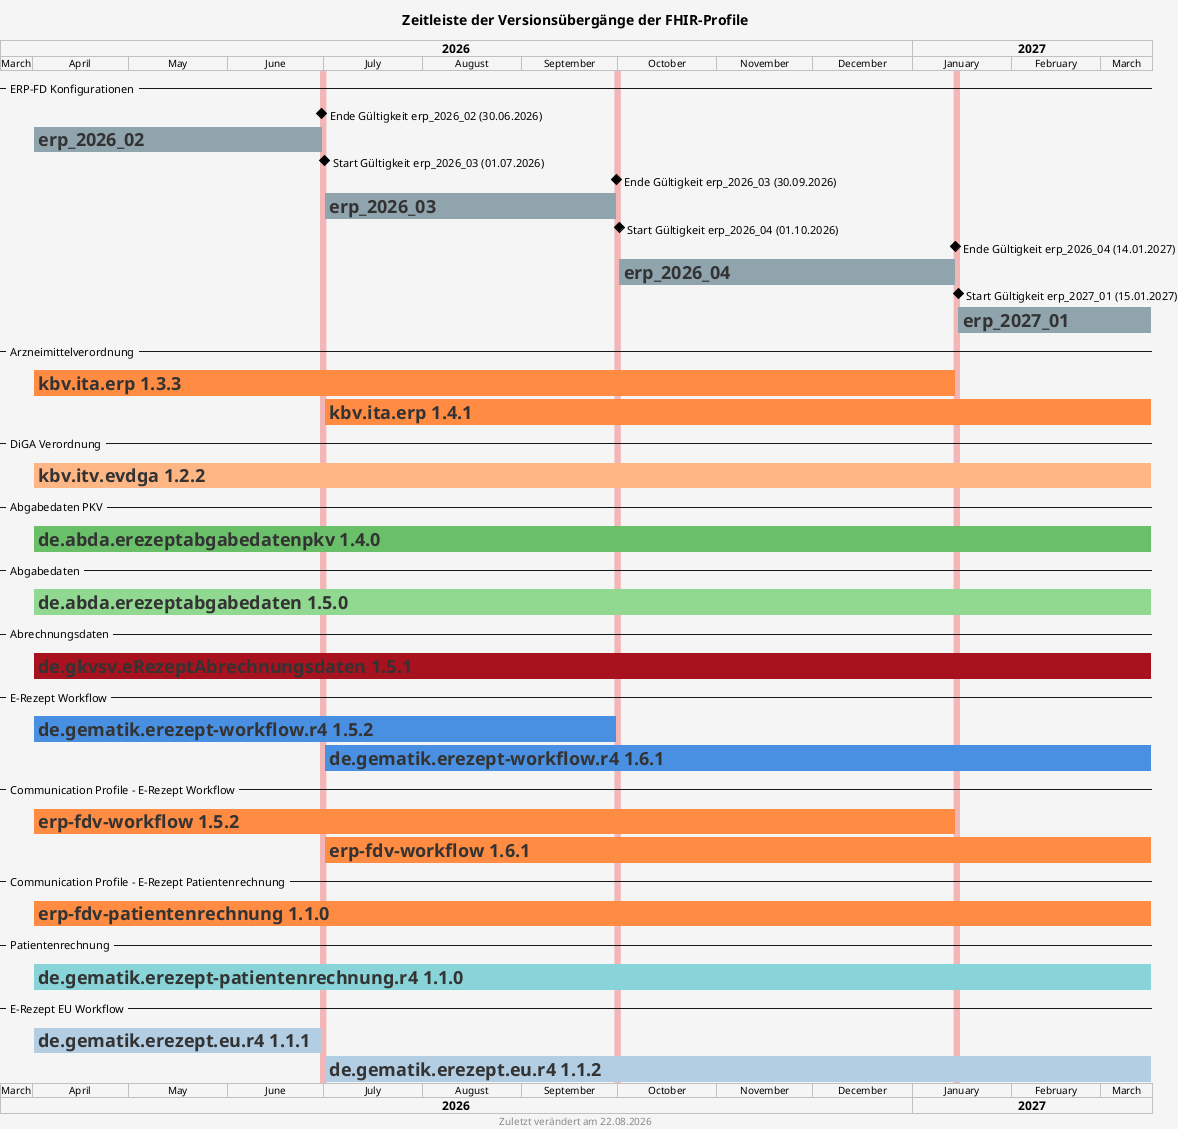
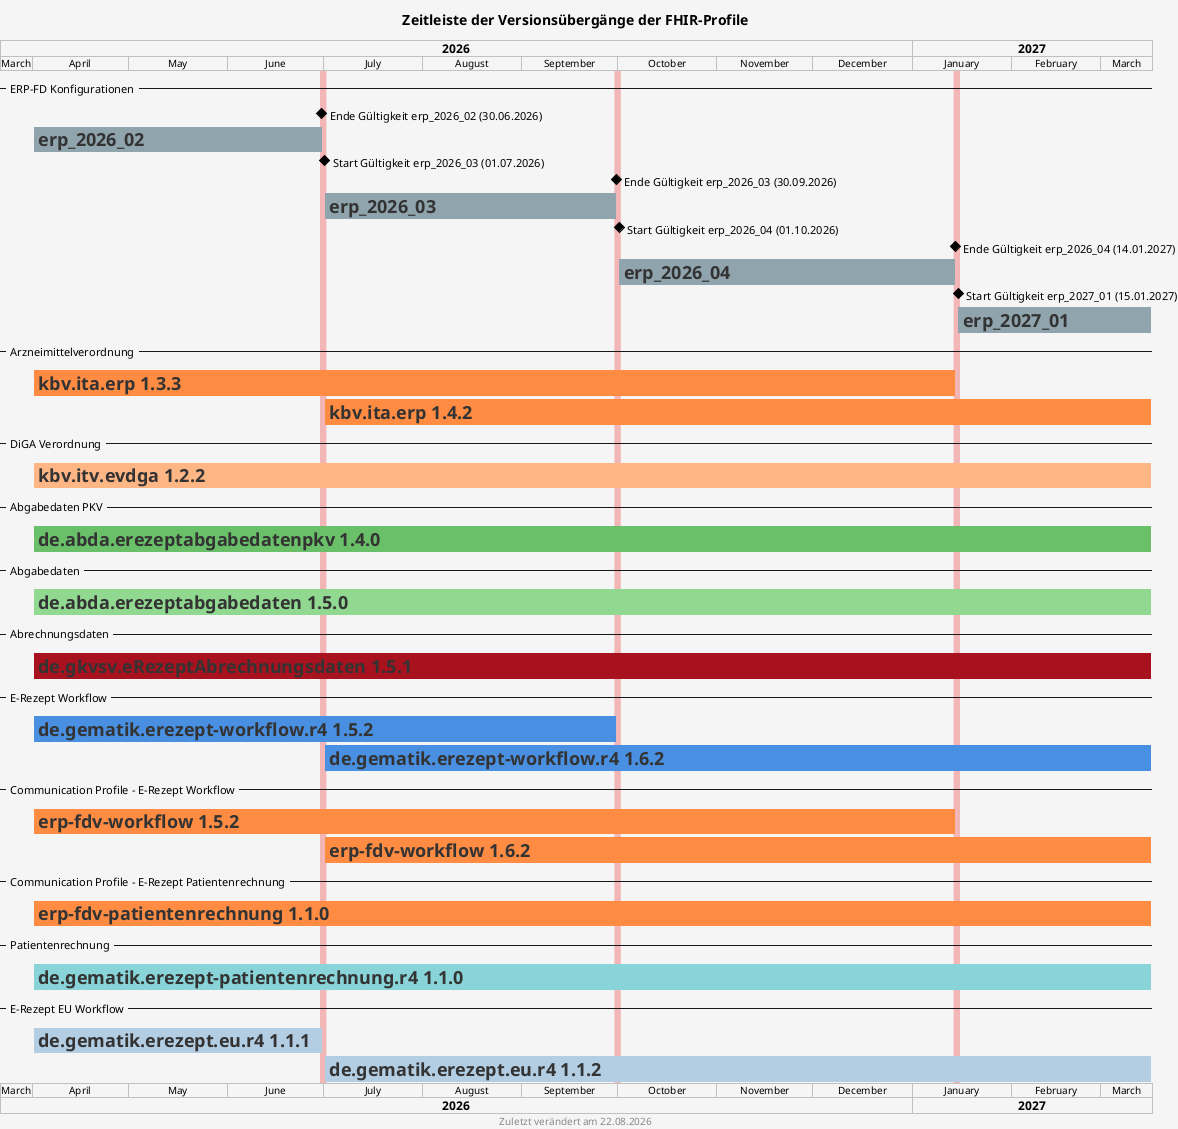
@startgantt
!define kbvcolor #ff8c42
!define evdgacolor #ffb685
!define davpkvcolor #6abf69
!define davcolor #91d891
!define gkvsvcolor #A8111E
!define gematikcolor #4a90e2
!define gematikcolor_fdv #5a6fa5
!define gematikcolor_patrn #88d4d8
!define gematikcolor_eu #b3cde3
!define erpfdcolor #90a4ae

!define datelinecolor #f2b6b6

<style>
document {
   BackGroundColor #f5f5f5
}
ganttDiagram {
   task {
      BackGroundColor GreenYellow
      LineColor Green
      FontColor #333333
      FontSize 18
      FontStyle bold
   }
}
</style>

title Zeitleiste der Versionsübergänge der FHIR-Profile
footer Zuletzt verändert am %date("dd.MM.yyyy")

projectscale monthly zoom 3
Project starts 2026-03-22

-- ERP-FD Konfigurationen --

2026-06-30 is colored datelinecolor

[Ende Gültigkeit erp_2026_02 (30.06.2026)] happens on 2026-06-30

[erp_2026_02] starts 2026-04-01
[erp_2026_02] ends 2026-06-30
[erp_2026_02] is colored in erpfdcolor

2026-07-01 is colored datelinecolor
2026-09-30 is colored datelinecolor

[Start Gültigkeit erp_2026_03 (01.07.2026)] happens on 2026-07-01
[Ende Gültigkeit erp_2026_03 (30.09.2026)] happens on 2026-09-30

[erp_2026_03] starts 2026-07-01
[erp_2026_03] ends 2026-09-30
[erp_2026_03] is colored in erpfdcolor

2026-10-01 is colored datelinecolor
2027-01-14 is colored datelinecolor

[Start Gültigkeit erp_2026_04 (01.10.2026)] happens on 2026-10-01
[Ende Gültigkeit erp_2026_04 (14.01.2027)] happens on 2027-01-14

[erp_2026_04] starts 2026-10-01
[erp_2026_04] ends 2027-01-14
[erp_2026_04] is colored in erpfdcolor

2027-01-15 is colored datelinecolor

[Start Gültigkeit erp_2027_01 (15.01.2027)] happens on 2027-01-15
[Ende Gültigkeit erp_2026_04 (14.01.2027)] happens on 2027-01-14

[erp_2027_01] starts 2027-01-15
[erp_2027_01] ends 2027-03-16
[erp_2027_01] is colored in erpfdcolor

-- Arzneimittelverordnung --

[kbv.ita.erp 1.3.3] starts 2026-04-01 and ends 2027-01-14
[kbv.ita.erp 1.3.3] is colored in kbvcolor

- [kbv.ita.erp 1.4.1] starts 2026-07-01 and ends 2027-03-16
- [kbv.ita.erp 1.4.1] is colored in kbvcolor
+ [kbv.ita.erp 1.4.2] starts 2026-07-01 and ends 2027-03-16
+ [kbv.ita.erp 1.4.2] is colored in kbvcolor

-- DiGA Verordnung --

[kbv.itv.evdga 1.2.2] starts 2026-04-01 and ends 2027-03-16
[kbv.itv.evdga 1.2.2] is colored in evdgacolor

-- Abgabedaten PKV --

[de.abda.erezeptabgabedatenpkv 1.4.0] starts 2026-04-01 and ends 2027-03-16
[de.abda.erezeptabgabedatenpkv 1.4.0] is colored in davpkvcolor

-- Abgabedaten --

[de.abda.erezeptabgabedaten 1.5.0] starts 2026-04-01 and ends 2027-03-16
[de.abda.erezeptabgabedaten 1.5.0] is colored in davcolor

-- Abrechnungsdaten --

[de.gkvsv.eRezeptAbrechnungsdaten 1.5.1] starts 2026-04-01 and ends 2027-03-16
[de.gkvsv.eRezeptAbrechnungsdaten 1.5.1] is colored in gkvsvcolor

-- E-Rezept Workflow --

[de.gematik.erezept-workflow.r4 1.5.2] starts 2026-04-01 and ends 2026-09-30
[de.gematik.erezept-workflow.r4 1.5.2] is colored in gematikcolor

- [de.gematik.erezept-workflow.r4 1.6.1] starts 2026-07-01 and ends 2027-03-16
- [de.gematik.erezept-workflow.r4 1.6.1] is colored in gematikcolor
+ [de.gematik.erezept-workflow.r4 1.6.2] starts 2026-07-01 and ends 2027-03-16
+ [de.gematik.erezept-workflow.r4 1.6.2] is colored in gematikcolor

-- Communication Profile - E-Rezept Workflow --

[erp-fdv-workflow 1.5.2] starts 2026-04-01 and ends 2027-01-14
[erp-fdv-workflow 1.5.2] is colored in kbvcolor

- [erp-fdv-workflow 1.6.1] starts 2026-07-01 and ends 2027-03-16
- [erp-fdv-workflow 1.6.1] is colored in kbvcolor
+ [erp-fdv-workflow 1.6.2] starts 2026-07-01 and ends 2027-03-16
+ [erp-fdv-workflow 1.6.2] is colored in kbvcolor

-- Communication Profile - E-Rezept Patientenrechnung --

[erp-fdv-patientenrechnung 1.1.0] starts 2026-04-01 and ends 2027-03-16
[erp-fdv-patientenrechnung 1.1.0] is colored in kbvcolor

-- Patientenrechnung --

[de.gematik.erezept-patientenrechnung.r4 1.1.0] starts 2026-04-01 and ends 2027-03-16
[de.gematik.erezept-patientenrechnung.r4 1.1.0] is colored in gematikcolor_patrn

-- E-Rezept EU Workflow --

[de.gematik.erezept.eu.r4 1.1.1] starts 2026-04-01 and ends 2026-06-30
[de.gematik.erezept.eu.r4 1.1.1] is colored in gematikcolor_eu

[de.gematik.erezept.eu.r4 1.1.2] starts 2026-07-01 and ends 2027-03-16
[de.gematik.erezept.eu.r4 1.1.2] is colored in gematikcolor_eu

@endgantt